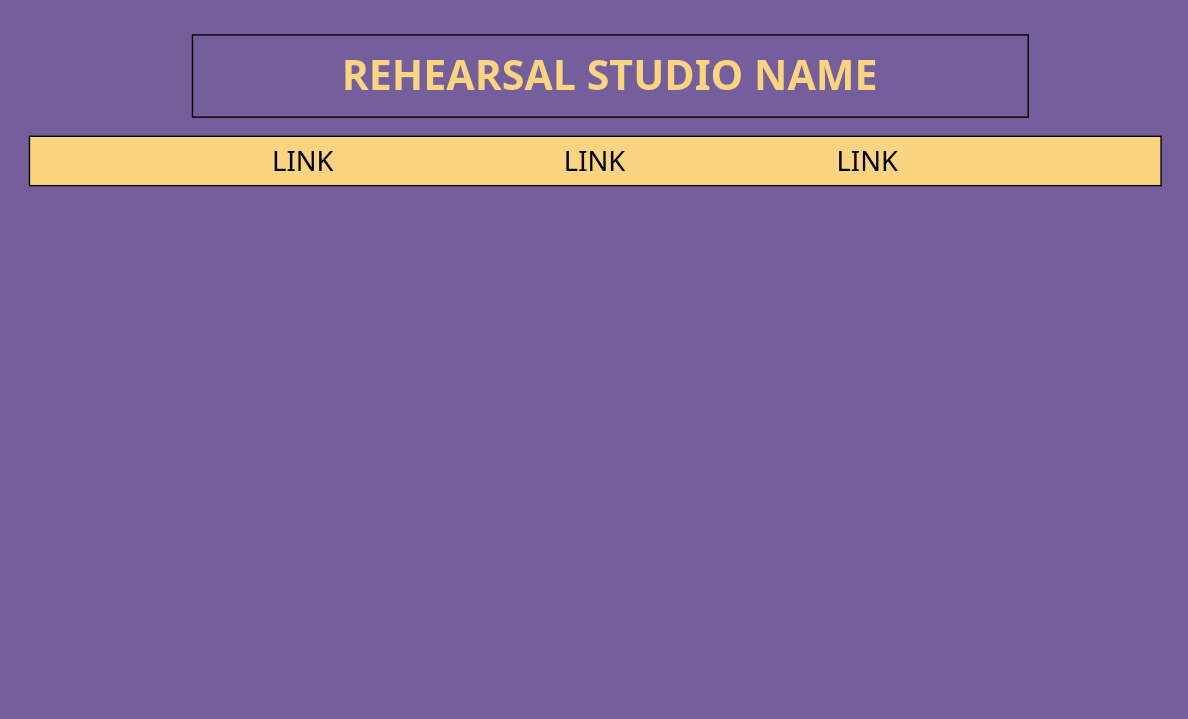
Earlier version of the draw.io diagram page "Page-1" (1 of 2) of home_wireframe.drawio (sagesaintsalem/ccfirstproject). Source tidied: cells renumbered, new cells numbered last; positions are measured from the earlier drawing's top-left corner, leaving out a move shared by most shapes. Both pictures are drawn from the tidied source at 137%, with x=0, y=0 at pixel (29, 34).
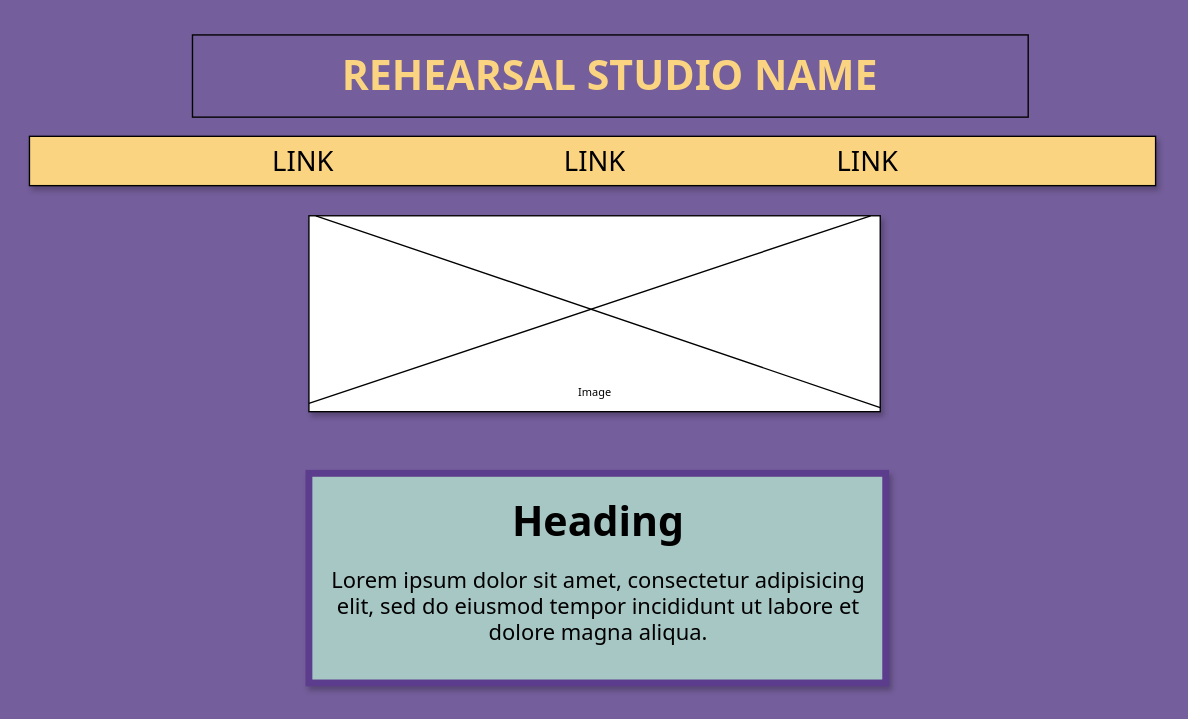
Above is the later version.

The edit, as a diff of the source:
```diff
@@
 <mxGraphModel background="#745e9b">
   <root>
     <mxCell id="0" />
     <mxCell id="1" parent="0" />
     <mxCell id="2" style="rounded=0;whiteSpace=wrap;html=1;labelBackgroundColor=none;fontSize=14;fillColor=#745E9B;" parent="1" vertex="1">
       <mxGeometry x="119" width="610" height="60" as="geometry" />
     </mxCell>
-    <mxCell id="3" style="rounded=0;whiteSpace=wrap;html=1;labelBackgroundColor=none;fontSize=14;fillColor=#fad481;" parent="1" vertex="1">
-      <mxGeometry y="74" width="826" height="36" as="geometry" />
+    <mxCell id="3" style="rounded=0;whiteSpace=wrap;html=1;labelBackgroundColor=none;fontSize=14;fillColor=#fad481;shadow=1;" parent="1" vertex="1">
+      <mxGeometry y="74" width="822" height="36" as="geometry" />
     </mxCell>
     <mxCell id="4" value="&lt;h1 style=&quot;font-size: 30px;&quot;&gt;&lt;font style=&quot;font-size: 30px;&quot; face=&quot;Tahoma&quot;&gt;REHEARSAL STUDIO NAME&lt;/font&gt;&lt;/h1&gt;" style="text;html=1;strokeColor=none;fillColor=none;align=center;verticalAlign=middle;whiteSpace=wrap;rounded=0;labelBackgroundColor=none;fontSize=14;fontColor=#FAD481;" parent="1" vertex="1">
       <mxGeometry x="200" y="15" width="448" height="30" as="geometry" />
     </mxCell>
     <mxCell id="5" value="LINK" style="text;html=1;strokeColor=none;fillColor=none;align=center;verticalAlign=middle;whiteSpace=wrap;rounded=0;labelBackgroundColor=none;fontFamily=Tahoma;fontSize=20;fontColor=#000000;" parent="1" vertex="1">
       <mxGeometry x="383" y="77" width="60" height="30" as="geometry" />
     </mxCell>
     <mxCell id="6" value="LINK" style="text;html=1;strokeColor=none;fillColor=none;align=center;verticalAlign=middle;whiteSpace=wrap;rounded=0;labelBackgroundColor=none;fontFamily=Tahoma;fontSize=20;fontColor=#000000;" parent="1" vertex="1">
       <mxGeometry x="582" y="77" width="60" height="30" as="geometry" />
     </mxCell>
     <mxCell id="7" value="LINK" style="text;html=1;strokeColor=none;fillColor=none;align=center;verticalAlign=middle;whiteSpace=wrap;rounded=0;labelBackgroundColor=none;fontFamily=Tahoma;fontSize=20;fontColor=#000000;" parent="1" vertex="1">
       <mxGeometry x="170" y="77" width="60" height="30" as="geometry" />
     </mxCell>
+    <mxCell id="8" style="group;shadow=1;" parent="1" vertex="1">
+      <mxGeometry x="204" y="132" width="417" height="143" as="geometry" />
+    </mxCell>
+    <mxCell id="9" style="rounded=0;whiteSpace=wrap;html=1;labelBackgroundColor=none;fontFamily=Tahoma;fontSize=20;shadow=1;" parent="8" vertex="1">
+      <mxGeometry width="417" height="143" as="geometry" />
+    </mxCell>
+    <mxCell id="10" style="endArrow=none;html=1;rounded=0;fontFamily=Tahoma;fontSize=20;fontColor=#000000;" parent="8" edge="1">
+      <mxGeometry relative="1" as="geometry">
+        <mxPoint y="137" as="sourcePoint" />
+        <mxPoint x="410" as="targetPoint" />
+      </mxGeometry>
+    </mxCell>
+    <mxCell id="11" style="endArrow=none;html=1;rounded=0;fontFamily=Tahoma;fontSize=20;fontColor=#000000;" parent="8" edge="1">
+      <mxGeometry relative="1" as="geometry">
+        <mxPoint x="417" y="140" as="sourcePoint" />
+        <mxPoint x="5" as="targetPoint" />
+      </mxGeometry>
+    </mxCell>
+    <mxCell id="12" value="Image" style="text;html=1;strokeColor=none;fillColor=none;align=center;verticalAlign=middle;whiteSpace=wrap;rounded=0;shadow=1;labelBackgroundColor=none;fontFamily=Tahoma;fontSize=8;fontColor=#000000;" parent="8" vertex="1">
+      <mxGeometry x="179" y="113" width="60" height="30" as="geometry" />
+    </mxCell>
+    <mxCell id="13" value="&lt;h1 align=&quot;center&quot;&gt;&lt;font style=&quot;font-size: 30px;&quot;&gt;Heading&lt;/font&gt;&lt;/h1&gt;&lt;p style=&quot;font-size: 16px;&quot; align=&quot;center&quot;&gt;Lorem ipsum dolor sit amet, consectetur adipisicing elit, sed do eiusmod tempor incididunt ut labore et dolore magna aliqua.&lt;/p&gt;" style="text;html=1;strokeColor=#5C3C8C;fillColor=#a7c7c5;spacing=5;spacingTop=-4;whiteSpace=wrap;overflow=hidden;rounded=0;shadow=1;labelBackgroundColor=none;fontFamily=Tahoma;fontSize=8;labelBorderColor=none;strokeWidth=5;sketch=0;" parent="1" vertex="1">
+      <mxGeometry x="204" y="320" width="421" height="153" as="geometry" />
+    </mxCell>
   </root>
 </mxGraphModel>
```
